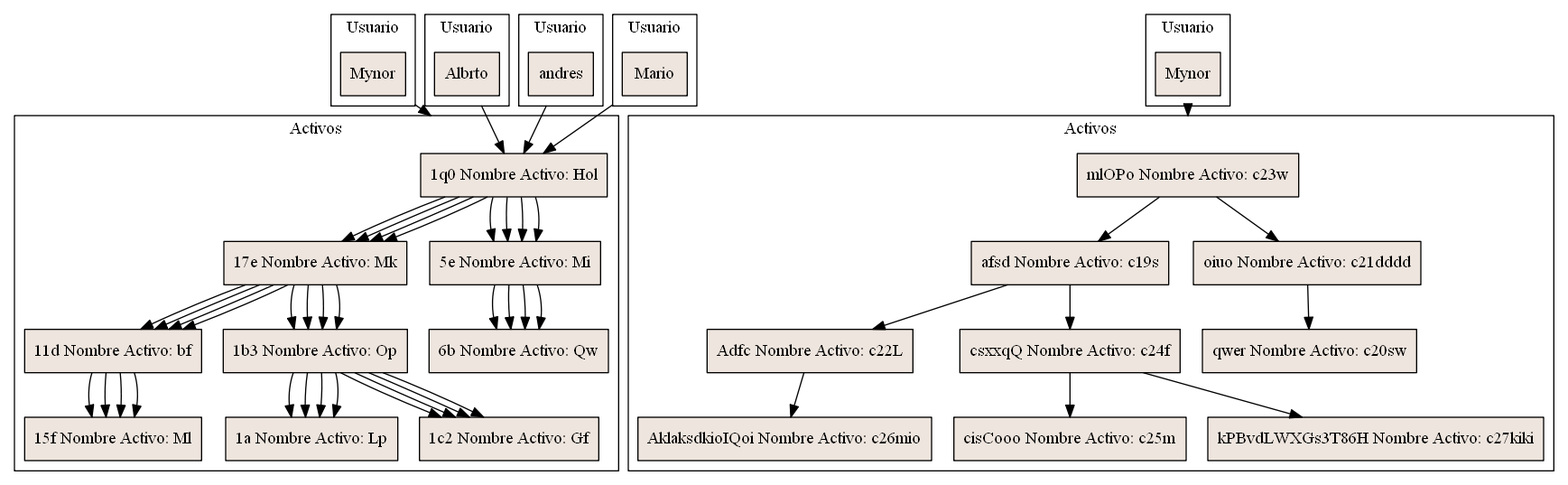
Above: reporteDepartamento.png in MEFM/SistemaDeRentas (Graphviz), before the change. Its source is kept beside it as reporteDepartamento.dot.
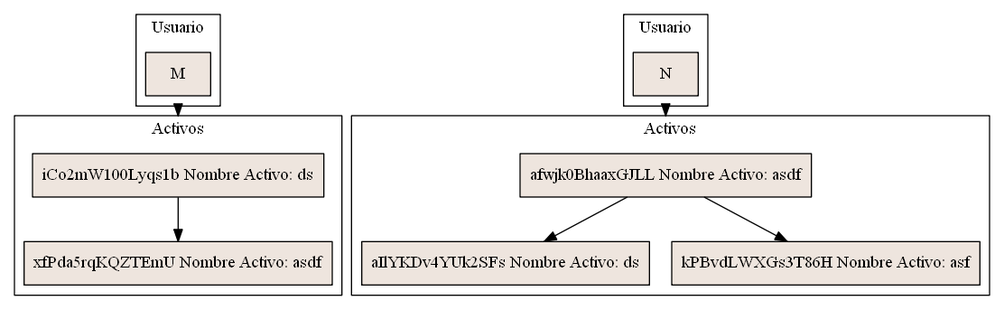
After the change.

What changed in the source:
```diff
@@ -3,182 +3,32 @@
 compound = true
                                   subgraph cluster0                                  {
                                   label = "Usuario";
-                                  Titulo0                                  [label="Mynor"]
+                                  Titulo0                                  [label="M"]
                                   }
                                   subgraph cluster1                                  {
-                                  label ="Activos"                                                                    								D1q0[label = "1q0 Nombre Activo: Hol"]
-								D17e[label = "1q0 Nombre Activo: Hol"]
-								D1q0-> D17e
-								D5e[label = "1q0 Nombre Activo: Hol"]
-								D1q0-> D5e
-								D17e[label = "17e Nombre Activo: Mk"]
-								D11d[label = "17e Nombre Activo: Mk"]
-								D17e-> D11d
-								D1b3[label = "17e Nombre Activo: Mk"]
-								D17e-> D1b3
-								D11d[label = "11d Nombre Activo: bf"]
-								D15f[label = "15f Nombre Activo: Ml"]
-								D15f[label = "11d Nombre Activo: bf"]
-								D11d-> D15f
-								D15f[label = "15f Nombre Activo: Ml"]
-								D1b3[label = "1b3 Nombre Activo: Op"]
-								D1a[label = "1b3 Nombre Activo: Op"]
-								D1b3-> D1a
-								D1c2[label = "1b3 Nombre Activo: Op"]
-								D1b3-> D1c2
-								D1a[label = "1a Nombre Activo: Lp"]
-								D1c2[label = "1c2 Nombre Activo: Gf"]
-								D5e[label = "5e Nombre Activo: Mi"]
-								D6b[label = "6b Nombre Activo: Qw"]
-								D6b[label = "5e Nombre Activo: Mi"]
-								D5e-> D6b
-								D6b[label = "6b Nombre Activo: Qw"]
+                                  label ="Activos"                                                                    								DiCo2mW100Lyqs1b[label = "iCo2mW100Lyqs1b Nombre Activo: ds"]
+								DxfPda5rqKQZTEmU[label = "xfPda5rqKQZTEmU Nombre Activo: asdf"]
+								DxfPda5rqKQZTEmU[label = "iCo2mW100Lyqs1b Nombre Activo: ds"]
+								DiCo2mW100Lyqs1b-> DxfPda5rqKQZTEmU
+								DxfPda5rqKQZTEmU[label = "xfPda5rqKQZTEmU Nombre Activo: asdf"]
                                   }
 
-                                  Titulo0                                  -> D1q0[ltail=cluster0 lhead=cluster1]
+                                  Titulo0                                  -> DiCo2mW100Lyqs1b[ltail=cluster0 lhead=cluster1]
                                   ;
                                   subgraph cluster2                                  {
                                   label = "Usuario";
-                                  Titulo2                                  [label="Albrto"]
+                                  Titulo2                                  [label="N"]
                                   }
                                   subgraph cluster3                                  {
-                                  label ="Activos"                                                                    								D1q0[label = "1q0 Nombre Activo: Hol"]
-								D17e[label = "1q0 Nombre Activo: Hol"]
-								D1q0-> D17e
-								D5e[label = "1q0 Nombre Activo: Hol"]
-								D1q0-> D5e
-								D17e[label = "17e Nombre Activo: Mk"]
-								D11d[label = "17e Nombre Activo: Mk"]
-								D17e-> D11d
-								D1b3[label = "17e Nombre Activo: Mk"]
-								D17e-> D1b3
-								D11d[label = "11d Nombre Activo: bf"]
-								D15f[label = "15f Nombre Activo: Ml"]
-								D15f[label = "11d Nombre Activo: bf"]
-								D11d-> D15f
-								D15f[label = "15f Nombre Activo: Ml"]
-								D1b3[label = "1b3 Nombre Activo: Op"]
-								D1a[label = "1b3 Nombre Activo: Op"]
-								D1b3-> D1a
-								D1c2[label = "1b3 Nombre Activo: Op"]
-								D1b3-> D1c2
-								D1a[label = "1a Nombre Activo: Lp"]
-								D1c2[label = "1c2 Nombre Activo: Gf"]
-								D5e[label = "5e Nombre Activo: Mi"]
-								D6b[label = "6b Nombre Activo: Qw"]
-								D6b[label = "5e Nombre Activo: Mi"]
-								D5e-> D6b
-								D6b[label = "6b Nombre Activo: Qw"]
+                                  label ="Activos"                                                                    								Dafwjk0BhaaxGJLL[label = "afwjk0BhaaxGJLL Nombre Activo: asdf"]
+								DaIlYKDv4YUk2SFs[label = "afwjk0BhaaxGJLL Nombre Activo: asdf"]
+								Dafwjk0BhaaxGJLL-> DaIlYKDv4YUk2SFs
+								DkPBvdLWXGs3T86H[label = "afwjk0BhaaxGJLL Nombre Activo: asdf"]
+								Dafwjk0BhaaxGJLL-> DkPBvdLWXGs3T86H
+								DaIlYKDv4YUk2SFs[label = "aIlYKDv4YUk2SFs Nombre Activo: ds"]
+								DkPBvdLWXGs3T86H[label = "kPBvdLWXGs3T86H Nombre Activo: asf"]
                                   }
 
-                                  Titulo2                                  -> D1q0[ltail=cluster2 lhead=cluster3]
-                                  ;
-                                  subgraph cluster6                                  {
-                                  label = "Usuario";
-                                  Titulo6                                  [label="andres"]
-                                  }
-                                  subgraph cluster7                                  {
-                                  label ="Activos"                                                                    								D1q0[label = "1q0 Nombre Activo: Hol"]
-								D17e[label = "1q0 Nombre Activo: Hol"]
-								D1q0-> D17e
-								D5e[label = "1q0 Nombre Activo: Hol"]
-								D1q0-> D5e
-								D17e[label = "17e Nombre Activo: Mk"]
-								D11d[label = "17e Nombre Activo: Mk"]
-								D17e-> D11d
-								D1b3[label = "17e Nombre Activo: Mk"]
-								D17e-> D1b3
-								D11d[label = "11d Nombre Activo: bf"]
-								D15f[label = "15f Nombre Activo: Ml"]
-								D15f[label = "11d Nombre Activo: bf"]
-								D11d-> D15f
-								D15f[label = "15f Nombre Activo: Ml"]
-								D1b3[label = "1b3 Nombre Activo: Op"]
-								D1a[label = "1b3 Nombre Activo: Op"]
-								D1b3-> D1a
-								D1c2[label = "1b3 Nombre Activo: Op"]
-								D1b3-> D1c2
-								D1a[label = "1a Nombre Activo: Lp"]
-								D1c2[label = "1c2 Nombre Activo: Gf"]
-								D5e[label = "5e Nombre Activo: Mi"]
-								D6b[label = "6b Nombre Activo: Qw"]
-								D6b[label = "5e Nombre Activo: Mi"]
-								D5e-> D6b
-								D6b[label = "6b Nombre Activo: Qw"]
-                                  }
-
-                                  Titulo6                                  -> D1q0[ltail=cluster6 lhead=cluster7]
-                                  ;
-                                  subgraph cluster8                                  {
-                                  label = "Usuario";
-                                  Titulo8                                  [label="Mario"]
-                                  }
-                                  subgraph cluster9                                  {
-                                  label ="Activos"                                                                    								D1q0[label = "1q0 Nombre Activo: Hol"]
-								D17e[label = "1q0 Nombre Activo: Hol"]
-								D1q0-> D17e
-								D5e[label = "1q0 Nombre Activo: Hol"]
-								D1q0-> D5e
-								D17e[label = "17e Nombre Activo: Mk"]
-								D11d[label = "17e Nombre Activo: Mk"]
-								D17e-> D11d
-								D1b3[label = "17e Nombre Activo: Mk"]
-								D17e-> D1b3
-								D11d[label = "11d Nombre Activo: bf"]
-								D15f[label = "15f Nombre Activo: Ml"]
-								D15f[label = "11d Nombre Activo: bf"]
-								D11d-> D15f
-								D15f[label = "15f Nombre Activo: Ml"]
-								D1b3[label = "1b3 Nombre Activo: Op"]
-								D1a[label = "1b3 Nombre Activo: Op"]
-								D1b3-> D1a
-								D1c2[label = "1b3 Nombre Activo: Op"]
-								D1b3-> D1c2
-								D1a[label = "1a Nombre Activo: Lp"]
-								D1c2[label = "1c2 Nombre Activo: Gf"]
-								D5e[label = "5e Nombre Activo: Mi"]
-								D6b[label = "6b Nombre Activo: Qw"]
-								D6b[label = "5e Nombre Activo: Mi"]
-								D5e-> D6b
-								D6b[label = "6b Nombre Activo: Qw"]
-                                  }
-
-                                  Titulo8                                  -> D1q0[ltail=cluster8 lhead=cluster9]
-                                  ;
-                                  subgraph cluster12                                  {
-                                  label = "Usuario";
-                                  Titulo12                                  [label="Mynor"]
-                                  }
-                                  subgraph cluster13                                  {
-                                  label ="Activos"                                                                    								DmlOPo[label = "mlOPo Nombre Activo: c23w"]
-								Dafsd[label = "mlOPo Nombre Activo: c23w"]
-								DmlOPo-> Dafsd
-								Doiuo[label = "mlOPo Nombre Activo: c23w"]
-								DmlOPo-> Doiuo
-								Dafsd[label = "afsd Nombre Activo: c19s"]
-								DAdfc[label = "afsd Nombre Activo: c19s"]
-								Dafsd-> DAdfc
-								DcsxxqQ[label = "afsd Nombre Activo: c19s"]
-								Dafsd-> DcsxxqQ
-								DAdfc[label = "Adfc Nombre Activo: c22L"]
-								DAklaksdkioIQoi[label = "AklaksdkioIQoi Nombre Activo: c26mio"]
-								DAklaksdkioIQoi[label = "Adfc Nombre Activo: c22L"]
-								DAdfc-> DAklaksdkioIQoi
-								DAklaksdkioIQoi[label = "AklaksdkioIQoi Nombre Activo: c26mio"]
-								DcsxxqQ[label = "csxxqQ Nombre Activo: c24f"]
-								DcisCooo[label = "csxxqQ Nombre Activo: c24f"]
-								DcsxxqQ-> DcisCooo
-								DkPBvdLWXGs3T86H[label = "csxxqQ Nombre Activo: c24f"]
-								DcsxxqQ-> DkPBvdLWXGs3T86H
-								DcisCooo[label = "cisCooo Nombre Activo: c25m"]
-								DkPBvdLWXGs3T86H[label = "kPBvdLWXGs3T86H Nombre Activo: c27kiki"]
-								Doiuo[label = "oiuo Nombre Activo: c21dddd"]
-								Dqwer[label = "qwer Nombre Activo: c20sw"]
-								Dqwer[label = "oiuo Nombre Activo: c21dddd"]
-								Doiuo-> Dqwer
-								Dqwer[label = "qwer Nombre Activo: c20sw"]
-                                  }
-
-                                  Titulo12                                  -> DmlOPo[ltail=cluster12 lhead=cluster13]
+                                  Titulo2                                  -> Dafwjk0BhaaxGJLL[ltail=cluster2 lhead=cluster3]
                                   ;
 }
```
